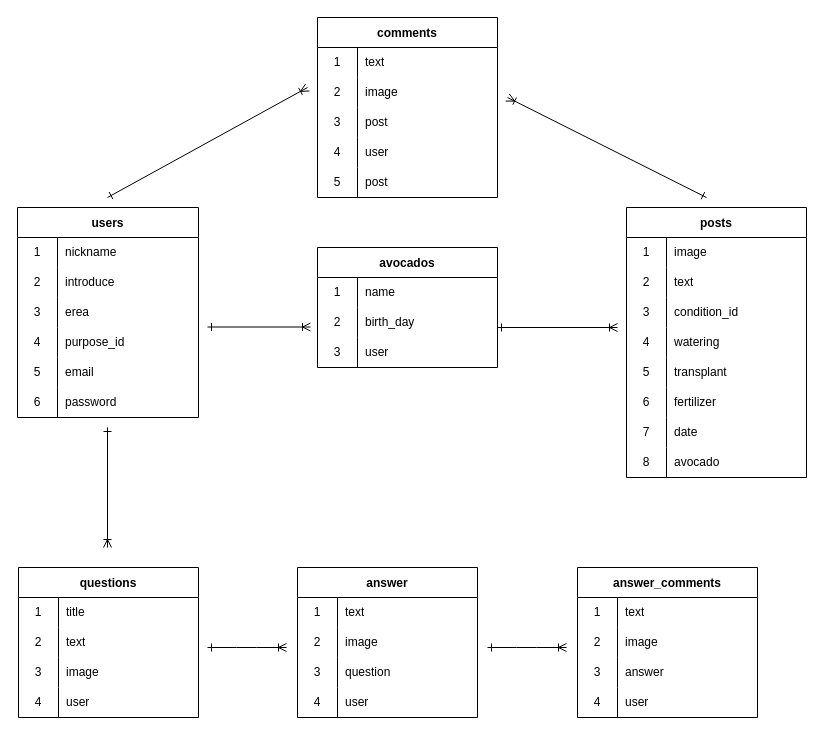
This is db_create.dio from keei0920/avocado-circle, a draw.io file, before an edit. Source tidied: cells renumbered, new cells numbered last; positions are measured from the earlier drawing's top-left corner, leaving out a move shared by most shapes. Both pictures are drawn from the tidied source at 100%, with x=0, y=0 at pixel (17, 17).
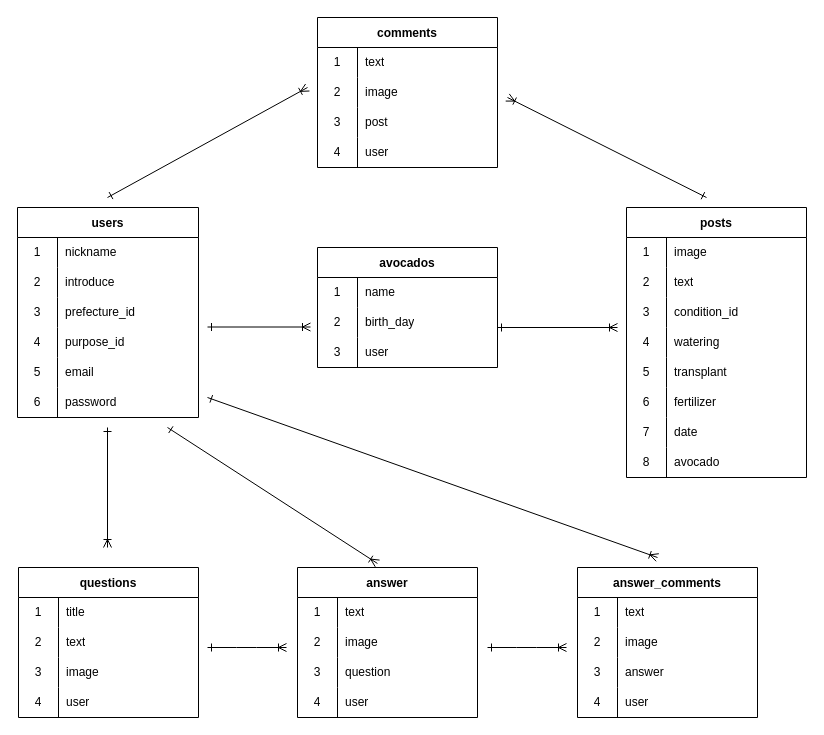
The same diagram, later.

Commit message (it also covers changes not shown here):
テーブル設計

Unchanged cells that the change refers to:
```xml
<mxCell id="9" style="shape=tableRow;horizontal=0;startSize=0;swimlaneHead=0;swimlaneBody=0;top=0;left=0;bottom=0;right=0;fillColor=none;" parent="2" vertex="1">
  <mxGeometry y="90" width="181" height="30" as="geometry" />
</mxCell>
<mxCell id="85" value="answer" style="shape=table;startSize=30;childLayout=tableLayout;rowLines=0;fontStyle=1;" parent="1" vertex="1">
  <mxGeometry x="280" y="550" width="180" height="150" as="geometry" />
</mxCell>
```

What changed in the source:
```diff
@@
-    <mxCell id="11" value="erea" style="shape=partialRectangle;html=1;whiteSpace=wrap;fillColor=none;top=0;left=0;bottom=0;right=0;align=left;spacingLeft=6;overflow=hidden;" parent="9" vertex="1">
+    <mxCell id="11" value="prefecture_id" style="shape=partialRectangle;html=1;whiteSpace=wrap;fillColor=none;top=0;left=0;bottom=0;right=0;align=left;spacingLeft=6;overflow=hidden;" parent="9" vertex="1">
       <mxGeometry x="40" width="141" height="30" as="geometry" />
     </mxCell>
@@
     <mxCell id="56" value="comments" style="shape=table;startSize=30;childLayout=tableLayout;rowLines=0;fontStyle=1;" parent="1" vertex="1">
-      <mxGeometry x="300" width="180" height="180" as="geometry" />
+      <mxGeometry x="300" width="180" height="150" as="geometry" />
     </mxCell>
@@
-    <mxCell id="69" style="shape=tableRow;horizontal=0;startSize=0;swimlaneHead=0;swimlaneBody=0;top=0;left=0;bottom=0;right=0;fillColor=none;" parent="56" vertex="1">
-      <mxGeometry y="150" width="180" height="30" as="geometry" />
-    </mxCell>
-    <mxCell id="70" value="5" style="shape=partialRectangle;html=1;whiteSpace=wrap;fillColor=none;top=0;left=0;bottom=0;right=0;overflow=hidden;" parent="69" vertex="1">
-      <mxGeometry width="40" height="30" as="geometry" />
-    </mxCell>
-    <mxCell id="71" value="post" style="shape=partialRectangle;html=1;whiteSpace=wrap;fillColor=none;top=0;left=0;bottom=0;right=0;align=left;spacingLeft=6;overflow=hidden;" parent="69" vertex="1">
-      <mxGeometry x="40" width="140" height="30" as="geometry" />
-    </mxCell>
@@
+    <mxCell id="119" style="endArrow=ERoneToMany;html=1;startArrow=ERone;startFill=0;endFill=0;entryX=0.444;entryY=-0.027;entryDx=0;entryDy=0;entryPerimeter=0;" parent="1" edge="1" target="85">
+      <mxGeometry relative="1" as="geometry">
+        <mxPoint x="150" y="410" as="sourcePoint" />
+      </mxGeometry>
+    </mxCell>
+    <mxCell id="120" style="endArrow=ERoneToMany;html=1;startArrow=ERone;startFill=0;endFill=0;" parent="1" edge="1">
+      <mxGeometry relative="1" as="geometry">
+        <mxPoint x="190" y="380" as="sourcePoint" />
+        <mxPoint x="640" y="540" as="targetPoint" />
+      </mxGeometry>
+    </mxCell>
```
